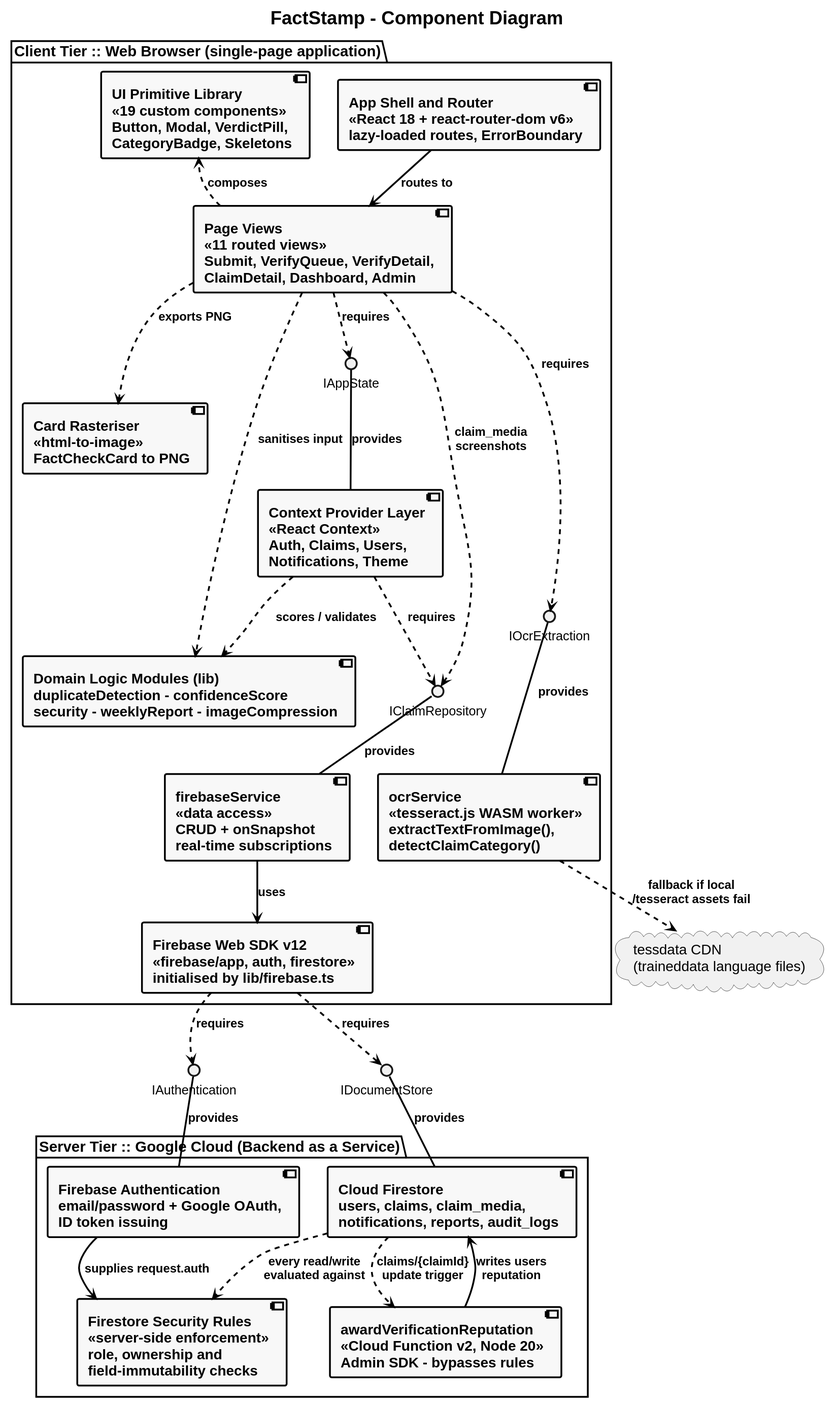
aadish0day/typst keeps this PlantUML diagram as FactStamp/main_blackbook/03_Requirements_and_Analysis/attachments/component_diagram.svg. Above is the earlier version.
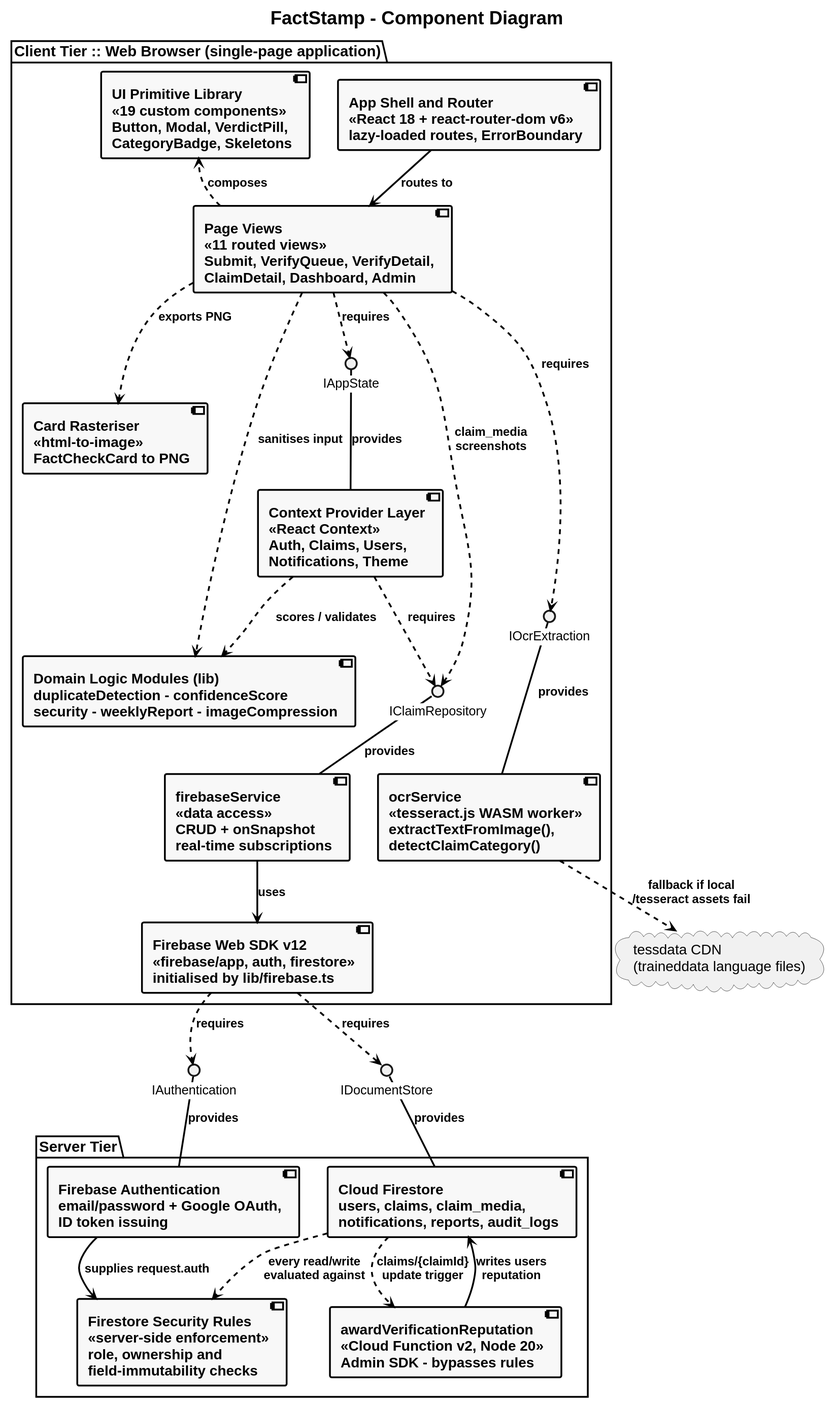
The same diagram one commit later.

The edit, as a diff of the source:
```diff
@@ -60,7 +60,7 @@
 interface "IAuthentication" as I_AUTH
 interface "IDocumentStore" as I_DB
 
-package "Server Tier :: Google Cloud (Backend as a Service)" as CLOUD {
+package "Server Tier" as CLOUD {
   component "Firebase Authentication\nemail/password + Google OAuth,\nID token issuing" as FBAUTH
   component "Cloud Firestore\nusers, claims, claim_media,\nnotifications, reports, audit_logs" as FSTORE
   component "Firestore Security Rules\n<<server-side enforcement>>\nrole, ownership and\nfield-immutability checks" as RULES
```
